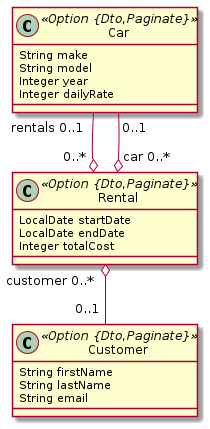
kevintanhongann/jhipster-jdl-collection keeps this PlantUML diagram as car-rental.png. Above is the earlier version.
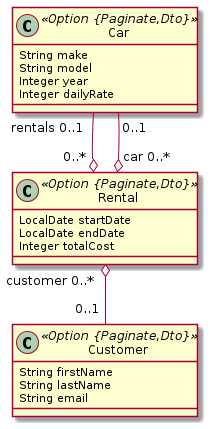
The same diagram one commit later.

Change to the diagram source:
```diff
@@ -1,17 +1,17 @@
 @startuml
 	!pragma syntax class
-	class Car <<Option {Dto,Paginate}>> {
+	class Car <<Option {Paginate,Dto}>> {
 		String make
 		String model
 		Integer year
 		Integer dailyRate
 	}
-	class Customer <<Option {Dto,Paginate}>> {
+	class Customer <<Option {Paginate,Dto}>> {
 		String firstName
 		String lastName
 		String email
 	}
-	class Rental <<Option {Dto,Paginate}>> {
+	class Rental <<Option {Paginate,Dto}>> {
 		LocalDate startDate
 		LocalDate endDate
 		Integer totalCost
```
